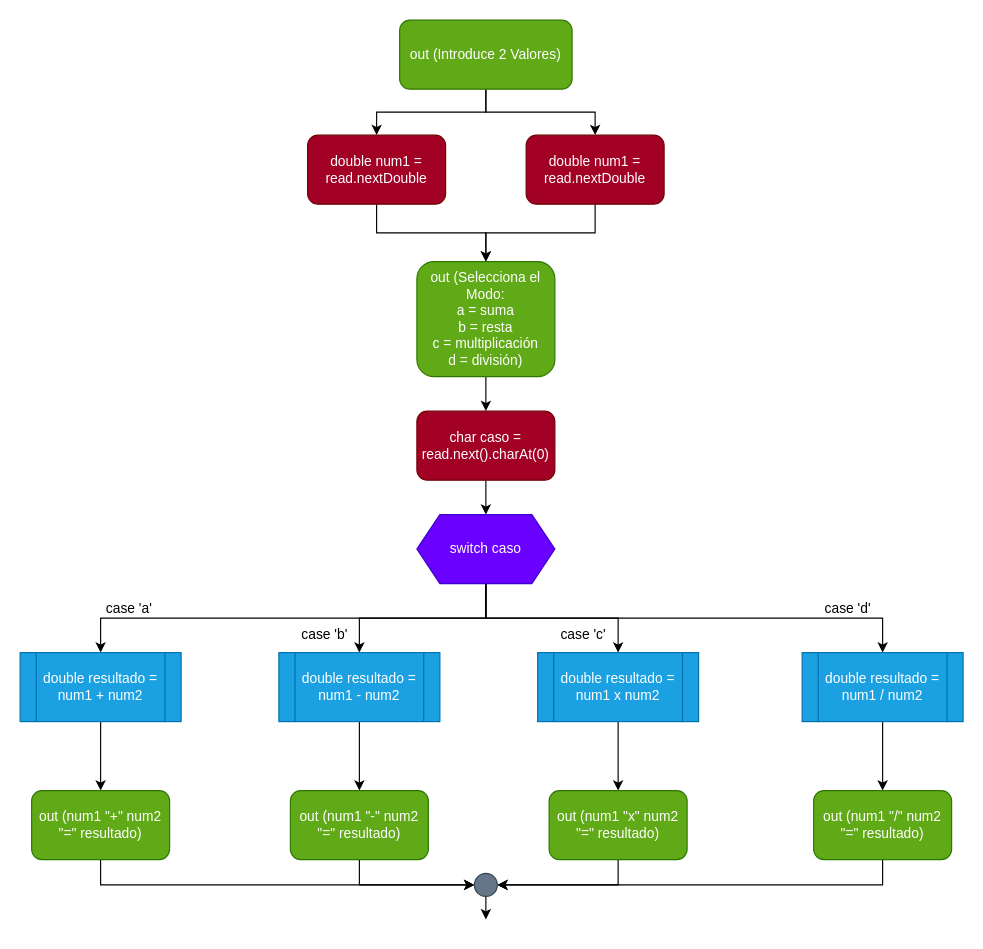
This is bin/ejercicio3/Ejercicio3.drawio from antonionavarro04/Tema2Boletin2, a draw.io file, before an edit. Source tidied: cells renumbered, new cells numbered last; positions are measured from the earlier drawing's top-left corner, leaving out a move shared by most shapes. Both pictures are drawn from the tidied source at 115%, with x=0, y=0 at pixel (20, 20).
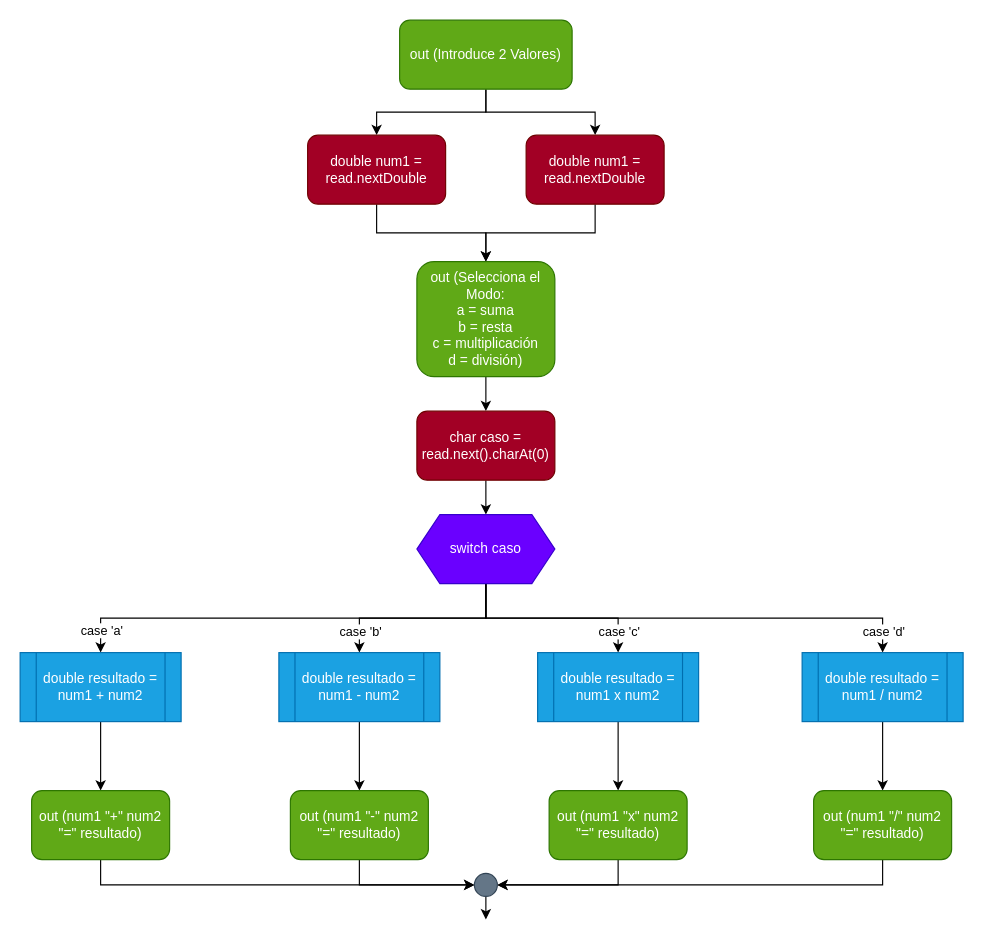
After the change.

Unchanged cells that the change refers to:
```xml
<mxCell id="16" style="edgeStyle=orthogonalEdgeStyle;rounded=0;jettySize=auto;html=1;exitX=0.5;exitY=1;exitDx=0;exitDy=0;entryX=0.5;entryY=0;entryDx=0;entryDy=0;" parent="1" edge="1" source="17" target="19">
  <mxGeometry relative="1" as="geometry" />
</mxCell>
```

The edit, as a diff of the source:
```diff
@@
+    <mxCell id="36" value="case 'a'" style="edgeLabel;html=1;align=center;verticalAlign=middle;" parent="16" vertex="1">
+      <mxGeometry x="0.9" relative="1" as="geometry" />
+    </mxCell>
@@
-    <mxCell id="36" value="case 'a'" style="text;html=1;strokeColor=none;fillColor=none;align=center;verticalAlign=middle;whiteSpace=wrap;rounded=0;" parent="1" vertex="1">
-      <mxGeometry x="65" y="497" width="60" height="30" as="geometry" />
-    </mxCell>
-    <mxCell id="37" value="case 'b'" style="text;html=1;strokeColor=none;fillColor=none;align=center;verticalAlign=middle;whiteSpace=wrap;rounded=0;" parent="1" vertex="1">
-      <mxGeometry x="235" y="520" width="60" height="30" as="geometry" />
+    <mxCell id="37" value="case 'b'" style="edgeLabel;html=1;align=center;verticalAlign=middle;" parent="1" vertex="1">
+      <mxGeometry x="295" y="531" as="geometry" />
     </mxCell>
-    <mxCell id="38" value="case 'c'" style="text;html=1;strokeColor=none;fillColor=none;align=center;verticalAlign=middle;whiteSpace=wrap;rounded=0;" parent="1" vertex="1">
-      <mxGeometry x="460" y="520" width="60" height="30" as="geometry" />
+    <mxCell id="38" value="case 'c'" style="edgeLabel;html=1;align=center;verticalAlign=middle;" parent="1" vertex="1">
+      <mxGeometry x="520" y="531" as="geometry" />
     </mxCell>
-    <mxCell id="39" value="case 'd'" style="text;html=1;strokeColor=none;fillColor=none;align=center;verticalAlign=middle;whiteSpace=wrap;rounded=0;" parent="1" vertex="1">
-      <mxGeometry x="690" y="497" width="60" height="30" as="geometry" />
+    <mxCell id="39" value="case 'd'" style="edgeLabel;html=1;align=center;verticalAlign=middle;" parent="1" vertex="1">
+      <mxGeometry x="750" y="531" as="geometry" />
     </mxCell>
```
